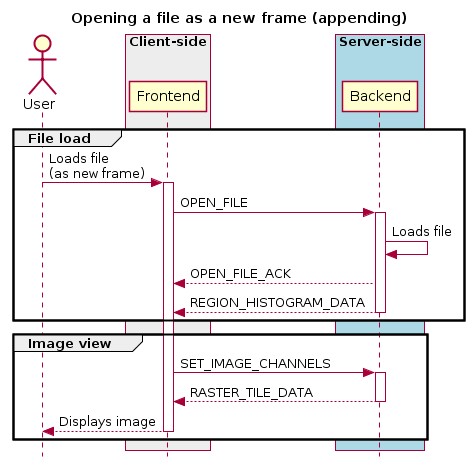
The PlantUML diagram docs/images/image10.png in CARTAvis/carta-protobuf, before a commit.
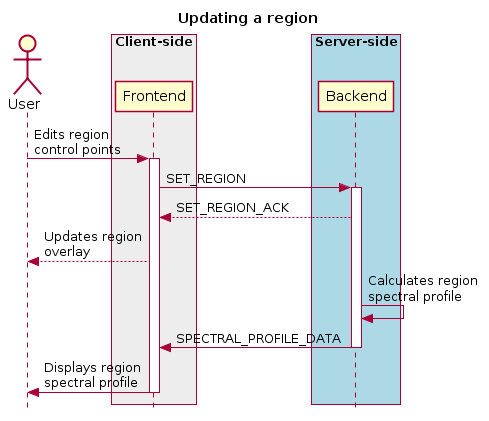
The same diagram one commit later.

The edit, as a diff of the source:
```diff
@@ -1,32 +1,25 @@
 @startuml
 skinparam style strictuml
 hide footbox
-title Opening a file as a new frame (appending)
+title Updating a region
 
 actor User
-box "Client-side"  #EDEDED
+box "Client-side" #EDEDED
         participant Frontend
 end box
 
 box "Server-side" #lightblue
 	participant Backend
 end box
-group File load
-User -> Frontend : Loads file\n(as new frame)
+User -> Frontend: Edits region\ncontrol points
 activate Frontend
-Frontend -> Backend : OPEN_FILE
+Frontend -> Backend : SET_REGION
 activate Backend
-Backend -> Backend : Loads file
-Frontend <-- Backend : OPEN_FILE_ACK
-Frontend <-- Backend : REGION_HISTOGRAM_DATA
+Frontend <-- Backend : SET_REGION_ACK
+User <-- Frontend: Updates region\noverlay
+Backend <- Backend : Calculates region\nspectral profile
+Frontend <- Backend : SPECTRAL_PROFILE_DATA
 deactivate Backend
-end
-group Image view
-Frontend -> Backend : SET_IMAGE_CHANNELS
-activate Backend
-Frontend <-- Backend : RASTER_TILE_DATA
-deactivate Backend
-User <-- Frontend: Displays image
+User <- Frontend : Displays region\nspectral profile
 deactivate Frontend
-end
 @enduml
```
